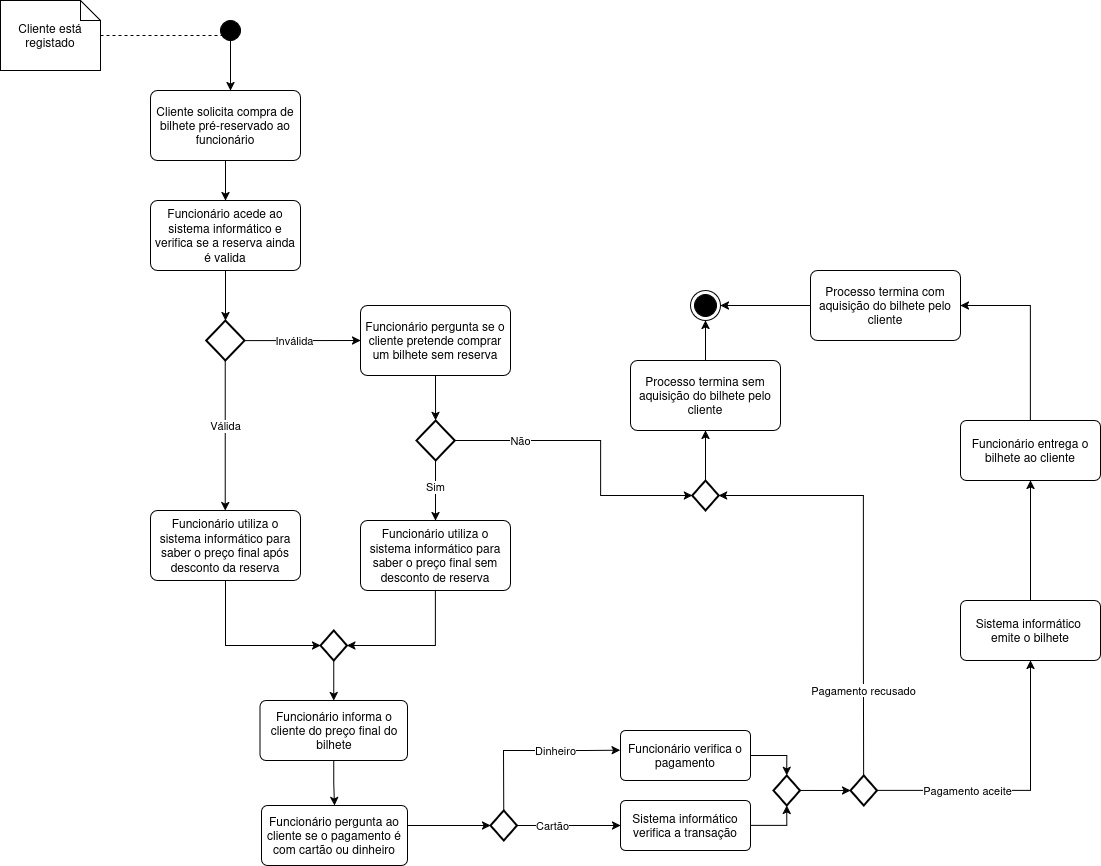
Above: UML_Atividades.drawio.png in leorsd/ESOF_UML (draw.io), before the change. Source tidied: cells renumbered, new cells last; positions are measured from the earlier drawing's top-left corner, leaving out a move shared by most shapes.
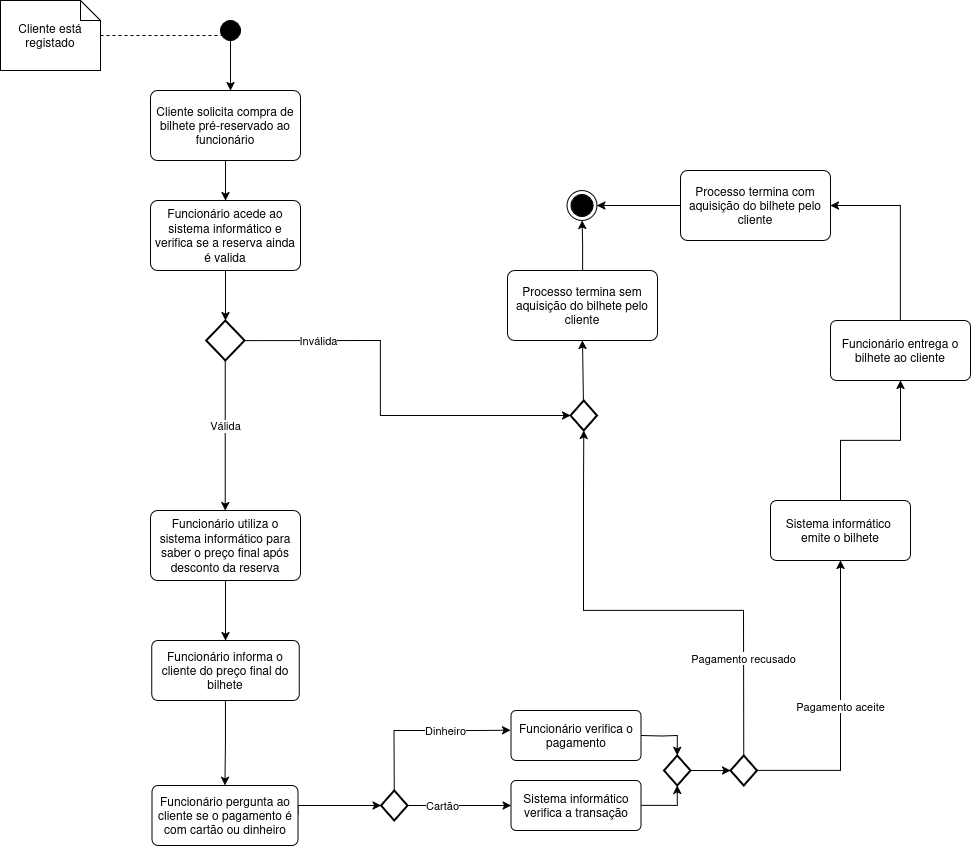
After the commit.

What changed in the source:
```diff
@@ -36,37 +36,18 @@
         <mxPoint x="224.7" y="510" as="targetPoint" />
       </mxGeometry>
     </mxCell>
-    <mxCell id="10" value="Inválida" style="endArrow=classic;endSize=6;endFill=1;html=1;rounded=0;exitX=1;exitY=0.5;exitDx=0;exitDy=0;exitPerimeter=0;entryX=0;entryY=0.5;entryDx=0;entryDy=0;" parent="1" edge="1" target="12">
-      <mxGeometry x="-0.14" relative="1" as="geometry">
+    <mxCell id="10" value="Inválida" style="endArrow=classic;endSize=6;endFill=1;html=1;rounded=0;exitX=1;exitY=0.5;exitDx=0;exitDy=0;exitPerimeter=0;entryX=0;entryY=0.5;entryDx=0;entryDy=0;entryPerimeter=0;" parent="1" edge="1" target="45">
+      <mxGeometry x="-0.63" relative="1" as="geometry">
         <mxPoint x="244.1" y="340.1" as="sourcePoint" />
+        <Array as="points">
+          <mxPoint x="380" y="340" />
+          <mxPoint x="380" y="415" />
+        </Array>
       </mxGeometry>
     </mxCell>
-    <mxCell id="11" style="edgeStyle=orthogonalEdgeStyle;rounded=0;jettySize=auto;html=1;" parent="1" edge="1" source="12" target="47">
-      <mxGeometry relative="1" as="geometry" />
-    </mxCell>
-    <mxCell id="12" value="Funcionário pergunta se o cliente pretende comprar um bilhete sem reserva" style="rounded=1;arcSize=10;whiteSpace=wrap;html=1;align=center;" parent="1" vertex="1">
-      <mxGeometry x="360" y="305" width="150" height="70" as="geometry" />
-    </mxCell>
-    <mxCell id="13" value="Não" style="endArrow=classic;endSize=6;endFill=1;html=1;rounded=0;exitX=1;exitY=0.5;exitDx=0;exitDy=0;exitPerimeter=0;entryX=0;entryY=0.5;entryDx=0;entryDy=0;entryPerimeter=0;" parent="1" edge="1" target="45">
-      <mxGeometry x="-0.55" relative="1" as="geometry">
-        <mxPoint x="454.1" y="440" as="sourcePoint" />
-        <Array as="points">
-          <mxPoint x="489.1" y="440" />
-          <mxPoint x="600" y="440" />
-          <mxPoint x="600" y="495" />
-        </Array>
-      </mxGeometry>
-    </mxCell>
-    <mxCell id="14" value="Sim" style="html=1;verticalAlign=bottom;endArrow=classic;curved=0;rounded=0;exitX=0.5;exitY=1;exitDx=0;exitDy=0;exitPerimeter=0;entryX=0.5;entryY=0;entryDx=0;entryDy=0;endFill=1;" parent="1" edge="1" source="47" target="19">
-      <mxGeometry x="0.19" relative="1" as="geometry" />
-    </mxCell>
-    <mxCell id="15" style="edgeStyle=orthogonalEdgeStyle;rounded=0;jettySize=auto;html=1;entryX=0;entryY=0.5;entryDx=0;entryDy=0;entryPerimeter=0;" parent="1" edge="1" source="16" target="43">
-      <mxGeometry relative="1" as="geometry">
-        <Array as="points">
-          <mxPoint x="225" y="645" />
-        </Array>
-      </mxGeometry>
-    </mxCell>
+    <mxCell id="50" style="edgeStyle=orthogonalEdgeStyle;rounded=0;jettySize=auto;html=1;" parent="1" edge="1" source="16" target="18">
+      <mxGeometry relative="1" as="geometry" />
+    </mxCell>
     <mxCell id="16" value="Funcionário utiliza o sistema informático para saber o preço final após desconto da reserva" style="rounded=1;arcSize=10;whiteSpace=wrap;html=1;align=center;" parent="1" vertex="1">
       <mxGeometry x="150" y="510" width="150" height="70" as="geometry" />
     </mxCell>
@@ -74,47 +55,39 @@
       <mxGeometry relative="1" as="geometry" />
     </mxCell>
     <mxCell id="18" value="Funcionário informa o cliente do preço final do bilhete " style="rounded=1;arcSize=10;whiteSpace=wrap;html=1;align=center;" parent="1" vertex="1">
-      <mxGeometry x="259.5" y="700" width="147.5" height="60" as="geometry" />
+      <mxGeometry x="151.2" y="640" width="147.5" height="60" as="geometry" />
     </mxCell>
-    <mxCell id="19" value="Funcionário utiliza o sistema informático para saber o preço final sem desconto de reserva" style="rounded=1;arcSize=10;whiteSpace=wrap;html=1;align=center;" parent="1" vertex="1">
-      <mxGeometry x="360" y="520" width="150" height="70" as="geometry" />
-    </mxCell>
-    <mxCell id="20" style="endArrow=classic;html=1;rounded=0;exitX=0.5;exitY=1;exitDx=0;exitDy=0;endFill=1;entryX=1;entryY=0.5;entryDx=0;entryDy=0;entryPerimeter=0;" parent="1" edge="1" source="19" target="43">
-      <mxGeometry relative="1" as="geometry">
-        <Array as="points">
-          <mxPoint x="435" y="645" />
-        </Array>
-      </mxGeometry>
-    </mxCell>
     <mxCell id="21" style="edgeStyle=orthogonalEdgeStyle;rounded=0;jettySize=auto;html=1;entryX=0;entryY=0.5;entryDx=0;entryDy=0;entryPerimeter=0;exitX=1;exitY=0.5;exitDx=0;exitDy=0;" parent="1" edge="1" source="40" target="48">
       <mxGeometry relative="1" as="geometry">
         <Array as="points">
-          <mxPoint x="407" y="825" />
+          <mxPoint x="297.5" y="805" />
         </Array>
       </mxGeometry>
     </mxCell>
     <mxCell id="22" value="Dinheiro" style="endArrow=classic;endSize=6;endFill=1;html=1;rounded=0;exitX=0.5;exitY=0;exitDx=0;exitDy=0;exitPerimeter=0;entryX=-0.002;entryY=0.394;entryDx=0;entryDy=0;entryPerimeter=0;" parent="1" edge="1" source="48" target="31">
       <mxGeometry x="0.27" relative="1" as="geometry">
         <Array as="points">
-          <mxPoint x="503" y="750" />
-          <mxPoint x="585" y="750" />
+          <mxPoint x="393.5" y="730" />
+          <mxPoint x="475.5" y="730" />
         </Array>
       </mxGeometry>
     </mxCell>
     <mxCell id="23" style="ellipse;html=1;shape=endState;fillColor=#000000;strokeColor=#000000;" parent="1" vertex="1">
-      <mxGeometry x="690" y="290" width="30" height="30" as="geometry" />
+      <mxGeometry x="566.5" y="190" width="30" height="30" as="geometry" />
     </mxCell>
     <mxCell id="24" style="endArrow=classic;html=1;rounded=0;endFill=1;exitX=0.545;exitY=0.237;exitDx=0;exitDy=0;exitPerimeter=0;entryX=0;entryY=0.5;entryDx=0;entryDy=0;entryPerimeter=0;" parent="1" edge="1" target="49">
       <mxGeometry relative="1" as="geometry">
-        <mxPoint x="790.6" y="789.9" as="sourcePoint" />
+        <mxPoint x="681.1" y="769.9" as="sourcePoint" />
+        <Array as="points">
+          <mxPoint x="720" y="770" />
+        </Array>
       </mxGeometry>
     </mxCell>
-    <mxCell id="25" value="Pagamento aceite" style="endArrow=classic;endSize=6;endFill=1;html=1;rounded=0;exitX=1;exitY=0.5;exitDx=0;exitDy=0;exitPerimeter=0;" parent="1" edge="1" source="49">
-      <mxGeometry x="-0.37" relative="1" as="geometry">
-        <mxPoint x="1030" y="660" as="targetPoint" />
+    <mxCell id="25" value="Pagamento aceite" style="endArrow=classic;endSize=6;endFill=1;html=1;rounded=0;exitX=1;exitY=0.5;exitDx=0;exitDy=0;exitPerimeter=0;entryX=0.5;entryY=1;entryDx=0;entryDy=0;" parent="1" edge="1" source="49" target="27">
+      <mxGeometry x="0.01" relative="1" as="geometry">
         <Array as="points">
-          <mxPoint x="990" y="790" />
-          <mxPoint x="1030" y="790" />
+          <mxPoint x="840" y="770" />
+          <mxPoint x="840" y="670" />
         </Array>
       </mxGeometry>
     </mxCell>
@@ -122,25 +95,27 @@
       <mxGeometry relative="1" as="geometry" />
     </mxCell>
     <mxCell id="27" value="&lt;div&gt;Sistema informático&amp;nbsp;&lt;/div&gt;&lt;div&gt;emite o bilhete&lt;/div&gt;" style="rounded=1;arcSize=10;whiteSpace=wrap;html=1;align=center;" parent="1" vertex="1">
-      <mxGeometry x="960" y="600" width="140" height="60" as="geometry" />
+      <mxGeometry x="770" y="500" width="140" height="60" as="geometry" />
     </mxCell>
     <mxCell id="28" style="edgeStyle=orthogonalEdgeStyle;rounded=0;jettySize=auto;html=1;entryX=1;entryY=0.5;entryDx=0;entryDy=0;" parent="1" edge="1" source="38" target="23">
       <mxGeometry relative="1" as="geometry" />
     </mxCell>
     <mxCell id="29" value="Funcionário entrega o bilhete ao cliente" style="rounded=1;arcSize=10;whiteSpace=wrap;html=1;align=center;" parent="1" vertex="1">
-      <mxGeometry x="960" y="420" width="140" height="60" as="geometry" />
+      <mxGeometry x="830" y="320" width="140" height="60" as="geometry" />
     </mxCell>
-    <mxCell id="30" style="edgeStyle=orthogonalEdgeStyle;rounded=0;jettySize=auto;html=1;entryX=0.5;entryY=0;entryDx=0;entryDy=0;entryPerimeter=0;" parent="1" edge="1" source="31" target="44">
-      <mxGeometry relative="1" as="geometry" />
+    <mxCell id="30" style="edgeStyle=orthogonalEdgeStyle;rounded=0;jettySize=auto;html=1;entryX=0.5;entryY=0;entryDx=0;entryDy=0;entryPerimeter=0;" parent="1" edge="1" target="44">
+      <mxGeometry relative="1" as="geometry">
+        <mxPoint x="640.5" y="735" as="sourcePoint" />
+      </mxGeometry>
     </mxCell>
     <mxCell id="31" value="Funcionário verifica o pagamento" style="rounded=1;arcSize=10;whiteSpace=wrap;html=1;align=center;" parent="1" vertex="1">
-      <mxGeometry x="620" y="730" width="130" height="50" as="geometry" />
+      <mxGeometry x="510.5" y="710" width="130" height="50" as="geometry" />
     </mxCell>
-    <mxCell id="32" style="edgeStyle=orthogonalEdgeStyle;rounded=0;jettySize=auto;html=1;entryX=0.5;entryY=1;entryDx=0;entryDy=0;entryPerimeter=0;" parent="1" edge="1" source="33" target="44">
+    <mxCell id="32" style="edgeStyle=orthogonalEdgeStyle;rounded=0;jettySize=auto;html=1;entryX=0.5;entryY=1;entryDx=0;entryDy=0;entryPerimeter=0;exitX=1;exitY=0.5;exitDx=0;exitDy=0;" parent="1" edge="1" source="33" target="44">
       <mxGeometry relative="1" as="geometry" />
     </mxCell>
     <mxCell id="33" value="Sistema informático verifica a transação" style="rounded=1;arcSize=10;whiteSpace=wrap;html=1;align=center;" parent="1" vertex="1">
-      <mxGeometry x="620" y="800" width="130" height="50" as="geometry" />
+      <mxGeometry x="510.5" y="780" width="130" height="50" as="geometry" />
     </mxCell>
     <mxCell id="34" value="Cartão" style="endArrow=classic;endSize=6;endFill=1;html=1;rounded=0;entryX=0;entryY=0.5;entryDx=0;entryDy=0;" parent="1" edge="1" source="48" target="33">
       <mxGeometry x="-0.33" relative="1" as="geometry" />
@@ -149,60 +124,49 @@
       <mxGeometry relative="1" as="geometry" />
     </mxCell>
     <mxCell id="36" value="&lt;div&gt;Processo termina sem&lt;/div&gt;&lt;div&gt;aquisição do bilhete pelo cliente&lt;/div&gt;" style="rounded=1;arcSize=10;whiteSpace=wrap;html=1;align=center;" parent="1" vertex="1">
-      <mxGeometry x="630" y="360" width="150" height="70" as="geometry" />
+      <mxGeometry x="507" y="270" width="150" height="70" as="geometry" />
     </mxCell>
     <mxCell id="37" style="edgeStyle=orthogonalEdgeStyle;rounded=0;jettySize=auto;html=1;entryX=1;entryY=0.5;entryDx=0;entryDy=0;exitX=0.5;exitY=0;exitDx=0;exitDy=0;" parent="1" edge="1" source="29" target="38">
       <mxGeometry relative="1" as="geometry">
         <Array as="points">
-          <mxPoint x="1030" y="305" />
+          <mxPoint x="900" y="205" />
         </Array>
       </mxGeometry>
     </mxCell>
     <mxCell id="38" value="&lt;div&gt;Processo termina com&lt;/div&gt;&lt;div&gt;aquisição do bilhete pelo cliente&lt;/div&gt;" style="rounded=1;arcSize=10;whiteSpace=wrap;html=1;align=center;" parent="1" vertex="1">
-      <mxGeometry x="810" y="270" width="150" height="70" as="geometry" />
+      <mxGeometry x="680" y="170" width="150" height="70" as="geometry" />
     </mxCell>
     <mxCell id="39" style="endArrow=classic;html=1;rounded=0;entryX=0.5;entryY=1;entryDx=0;entryDy=0;exitX=0.5;exitY=0.319;exitDx=0;exitDy=0;exitPerimeter=0;" parent="1" edge="1" target="36">
       <mxGeometry relative="1" as="geometry">
-        <mxPoint x="705" y="483.2" as="sourcePoint" />
+        <mxPoint x="582.9" y="400" as="sourcePoint" />
       </mxGeometry>
     </mxCell>
     <mxCell id="40" value="Funcionário pergunta ao cliente se o pagamento é com cartão ou dinheiro " style="rounded=1;arcSize=10;whiteSpace=wrap;html=1;align=center;" parent="1" vertex="1">
-      <mxGeometry x="261" y="805" width="146" height="60" as="geometry" />
+      <mxGeometry x="151.5" y="785" width="146" height="60" as="geometry" />
     </mxCell>
-    <mxCell id="41" value="Pagamento recusado" style="endArrow=classic;endSize=6;endFill=1;html=1;rounded=0;entryX=1;entryY=0.5;entryDx=0;entryDy=0;entryPerimeter=0;exitX=0.5;exitY=0;exitDx=0;exitDy=0;exitPerimeter=0;" parent="1" edge="1" source="49" target="45">
+    <mxCell id="41" value="Pagamento recusado" style="endArrow=classic;endSize=6;endFill=1;html=1;rounded=0;entryX=0.5;entryY=1;entryDx=0;entryDy=0;entryPerimeter=0;exitX=0.5;exitY=0;exitDx=0;exitDy=0;exitPerimeter=0;" parent="1" edge="1" source="49" target="45">
       <mxGeometry x="-0.6" relative="1" as="geometry">
         <Array as="points">
-          <mxPoint x="863" y="650" />
-          <mxPoint x="863" y="570" />
-          <mxPoint x="863" y="530" />
-          <mxPoint x="863" y="495" />
-          <mxPoint x="830" y="495" />
+          <mxPoint x="743" y="610" />
+          <mxPoint x="583" y="610" />
+          <mxPoint x="583" y="490" />
         </Array>
       </mxGeometry>
     </mxCell>
-    <mxCell id="42" style="edgeStyle=orthogonalEdgeStyle;rounded=0;jettySize=auto;html=1;" parent="1" edge="1" source="43" target="18">
-      <mxGeometry relative="1" as="geometry" />
-    </mxCell>
-    <mxCell id="43" style="strokeWidth=2;html=1;shape=mxgraph.flowchart.decision;whiteSpace=wrap;" parent="1" vertex="1">
-      <mxGeometry x="320" y="630" width="26.5" height="30" as="geometry" />
-    </mxCell>
     <mxCell id="44" style="strokeWidth=2;html=1;shape=mxgraph.flowchart.decision;whiteSpace=wrap;" parent="1" vertex="1">
-      <mxGeometry x="773" y="775" width="26.5" height="30" as="geometry" />
+      <mxGeometry x="663.5" y="755" width="26.5" height="30" as="geometry" />
     </mxCell>
     <mxCell id="45" style="strokeWidth=2;html=1;shape=mxgraph.flowchart.decision;whiteSpace=wrap;" parent="1" vertex="1">
-      <mxGeometry x="691.8" y="480" width="26.5" height="30" as="geometry" />
+      <mxGeometry x="570" y="400" width="26.5" height="30" as="geometry" />
     </mxCell>
     <mxCell id="46" style="strokeWidth=2;html=1;shape=mxgraph.flowchart.decision;whiteSpace=wrap;" parent="1" vertex="1">
       <mxGeometry x="205.9" y="320" width="38.2" height="40" as="geometry" />
     </mxCell>
-    <mxCell id="47" style="strokeWidth=2;html=1;shape=mxgraph.flowchart.decision;whiteSpace=wrap;" parent="1" vertex="1">
-      <mxGeometry x="415.9" y="420" width="38.2" height="40" as="geometry" />
-    </mxCell>
     <mxCell id="48" style="strokeWidth=2;html=1;shape=mxgraph.flowchart.decision;whiteSpace=wrap;" parent="1" vertex="1">
-      <mxGeometry x="490" y="810" width="26.5" height="30" as="geometry" />
+      <mxGeometry x="380.5" y="790" width="26.5" height="30" as="geometry" />
     </mxCell>
     <mxCell id="49" style="strokeWidth=2;html=1;shape=mxgraph.flowchart.decision;whiteSpace=wrap;" parent="1" vertex="1">
-      <mxGeometry x="850" y="775" width="26.5" height="30" as="geometry" />
+      <mxGeometry x="730" y="755" width="26.5" height="30" as="geometry" />
     </mxCell>
   </root>
 </mxGraphModel>
```
